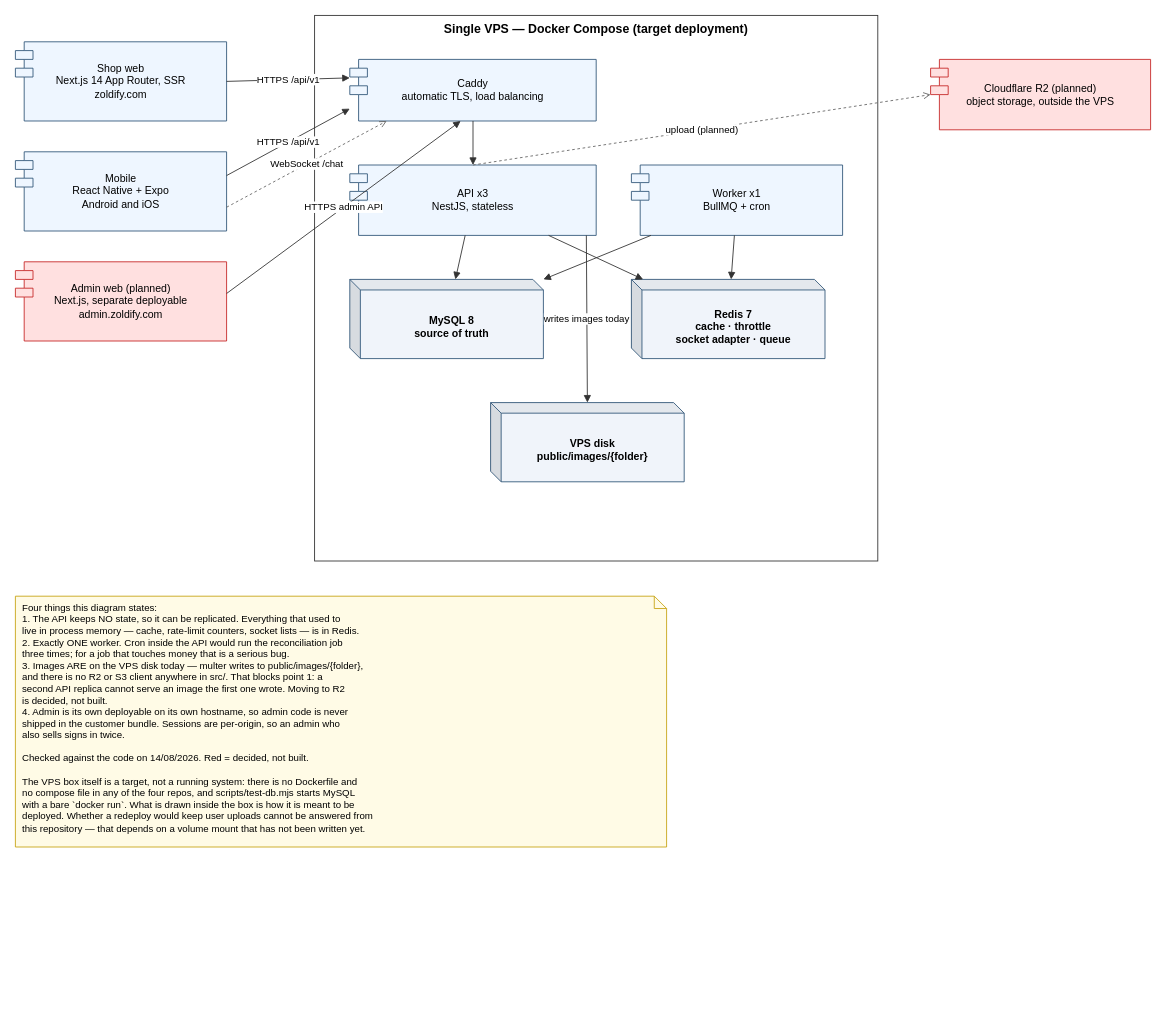
Above: docs/system-design/drawio/r2-container.drawio in tdat-dev/Zoldify_Backend (draw.io), before the change. Source tidied: cells renumbered, new cells numbered last; positions are measured from the earlier drawing's top-left corner, leaving out a move shared by most shapes. Both pictures are drawn from the tidied source at 88%, with x=0, y=0 at pixel (15, 15).
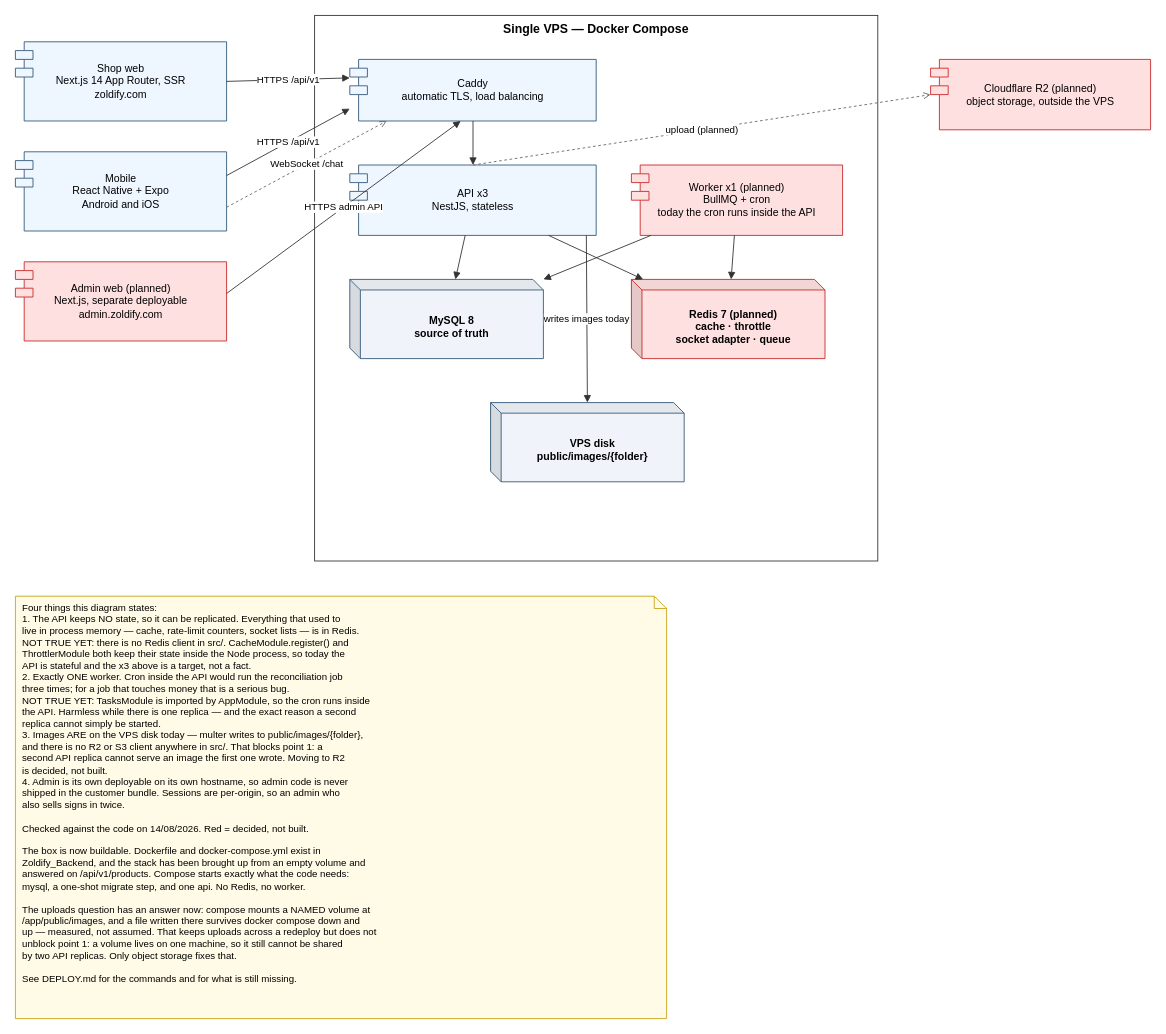
The same diagram, later.

What changed in the source:
```diff
@@
-    <mxCell id="5" value="Single VPS — Docker Compose  (target deployment)" style="rounded=0;whiteSpace=wrap;html=1;verticalAlign=top;fillColor=none;strokeColor=#333333;fontSize=14;fontStyle=1;" parent="1" vertex="1">
+    <mxCell id="5" value="Single VPS — Docker Compose" style="rounded=0;whiteSpace=wrap;html=1;verticalAlign=top;fillColor=none;strokeColor=#333333;fontSize=14;fontStyle=1;" parent="1" vertex="1">
       <mxGeometry x="340" width="640" height="620" as="geometry" />
     </mxCell>
@@
-    <mxCell id="8" value="Worker x1&lt;br&gt;BullMQ + cron" style="html=1;whiteSpace=wrap;shape=module;align=left;spacingLeft=30;fontSize=12;fillColor=#eef6ff;strokeColor=#33587a;verticalAlign=middle;align=center;spacingLeft=0;" parent="1" vertex="1">
+    <mxCell id="8" value="Worker x1  (planned)&lt;br&gt;BullMQ + cron&lt;br&gt;today the cron runs inside the API" style="html=1;whiteSpace=wrap;shape=module;align=left;spacingLeft=30;fontSize=12;fillColor=#eef6ff;strokeColor=#33587a;verticalAlign=middle;align=center;spacingLeft=0;fillColor=#ffe0e0;strokeColor=#c62828;" parent="1" vertex="1">
       <mxGeometry x="700" y="170" width="240" height="80" as="geometry" />
     </mxCell>
@@
-    <mxCell id="10" value="Redis 7&lt;br&gt;cache · throttle&lt;br&gt;socket adapter · queue" style="shape=cube;whiteSpace=wrap;html=1;boundedLbl=1;backgroundOutline=1;darkOpacity=0.05;darkOpacity2=0.1;verticalAlign=top;align=left;spacingLeft=12;spacingTop=6;size=12;fontSize=12;fontStyle=1;fillColor=#f0f4fa;strokeColor=#33587a;verticalAlign=middle;align=center;spacingLeft=0;" parent="1" vertex="1">
+    <mxCell id="10" value="Redis 7  (planned)&lt;br&gt;cache · throttle&lt;br&gt;socket adapter · queue" style="shape=cube;whiteSpace=wrap;html=1;boundedLbl=1;backgroundOutline=1;darkOpacity=0.05;darkOpacity2=0.1;verticalAlign=top;align=left;spacingLeft=12;spacingTop=6;size=12;fontSize=12;fontStyle=1;fillColor=#f0f4fa;strokeColor=#33587a;verticalAlign=middle;align=center;spacingLeft=0;fillColor=#ffe0e0;strokeColor=#c62828;" parent="1" vertex="1">
       <mxGeometry x="700" y="300" width="220" height="90" as="geometry" />
     </mxCell>
@@
-    <mxCell id="24" value="Four things this diagram states:&lt;br&gt;1. The API keeps NO state, so it can be replicated. Everything that used to&lt;br&gt;   live in process memory — cache, rate-limit counters, socket lists — is in Redis.&lt;br&gt;2. Exactly ONE worker. Cron inside the API would run the reconciliation job&lt;br&gt;   three times; for a job that touches money that is a serious bug.&lt;br&gt;3. Images ARE on the VPS disk today — multer writes to public/images/{folder},&lt;br&gt;   and there is no R2 or S3 client anywhere in src/. That blocks point 1: a&lt;br&gt;   second API replica cannot serve an image the first one wrote. Moving to R2&lt;br&gt;   is decided, not built.&lt;br&gt;4. Admin is its own deployable on its own hostname, so admin code is never&lt;br&gt;   shipped in the customer bundle. Sessions are per-origin, so an admin who&lt;br&gt;   also sells signs in twice.&lt;br&gt;&lt;br&gt;Checked against the code on 14/08/2026. Red = decided, not built.&lt;br&gt;&lt;br&gt;The VPS box itself is a target, not a running system: there is no Dockerfile and&lt;br&gt;no compose file in any of the four repos, and scripts/test-db.mjs starts MySQL&lt;br&gt;with a bare `docker run`. What is drawn inside the box is how it is meant to be&lt;br&gt;deployed. Whether a redeploy would keep user uploads cannot be answered from&lt;br&gt;this repository — that depends on a volume mount that has not been written yet." style="shape=note;whiteSpace=wrap;html=1;size=14;verticalAlign=top;align=left;spacingLeft=6;fontSize=11;fillColor=#fffbe6;strokeColor=#c8a415;" parent="1" vertex="1">
-      <mxGeometry y="660" width="740" height="285" as="geometry" />
+    <mxCell id="24" value="Four things this diagram states:&lt;br&gt;1. The API keeps NO state, so it can be replicated. Everything that used to&lt;br&gt;   live in process memory — cache, rate-limit counters, socket lists — is in Redis.&lt;br&gt;   NOT TRUE YET: there is no Redis client in src/. CacheModule.register() and&lt;br&gt;   ThrottlerModule both keep their state inside the Node process, so today the&lt;br&gt;   API is stateful and the x3 above is a target, not a fact.&lt;br&gt;2. Exactly ONE worker. Cron inside the API would run the reconciliation job&lt;br&gt;   three times; for a job that touches money that is a serious bug.&lt;br&gt;   NOT TRUE YET: TasksModule is imported by AppModule, so the cron runs inside&lt;br&gt;   the API. Harmless while there is one replica — and the exact reason a second&lt;br&gt;   replica cannot simply be started.&lt;br&gt;3. Images ARE on the VPS disk today — multer writes to public/images/{folder},&lt;br&gt;   and there is no R2 or S3 client anywhere in src/. That blocks point 1: a&lt;br&gt;   second API replica cannot serve an image the first one wrote. Moving to R2&lt;br&gt;   is decided, not built.&lt;br&gt;4. Admin is its own deployable on its own hostname, so admin code is never&lt;br&gt;   shipped in the customer bundle. Sessions are per-origin, so an admin who&lt;br&gt;   also sells signs in twice.&lt;br&gt;&lt;br&gt;Checked against the code on 14/08/2026. Red = decided, not built.&lt;br&gt;&lt;br&gt;The box is now buildable. Dockerfile and docker-compose.yml exist in&lt;br&gt;Zoldify_Backend, and the stack has been brought up from an empty volume and&lt;br&gt;answered on /api/v1/products. Compose starts exactly what the code needs:&lt;br&gt;mysql, a one-shot migrate step, and one api. No Redis, no worker.&lt;br&gt;&lt;br&gt;The uploads question has an answer now: compose mounts a NAMED volume at&lt;br&gt;/app/public/images, and a file written there survives docker compose down and&lt;br&gt;up — measured, not assumed. That keeps uploads across a redeploy but does not&lt;br&gt;unblock point 1: a volume lives on one machine, so it still cannot be shared&lt;br&gt;by two API replicas. Only object storage fixes that.&lt;br&gt;&lt;br&gt;See DEPLOY.md for the commands and for what is still missing." style="shape=note;whiteSpace=wrap;html=1;size=14;verticalAlign=top;align=left;spacingLeft=6;fontSize=11;fillColor=#fffbe6;strokeColor=#c8a415;" parent="1" vertex="1">
+      <mxGeometry y="660" width="740" height="480" as="geometry" />
     </mxCell>
```
